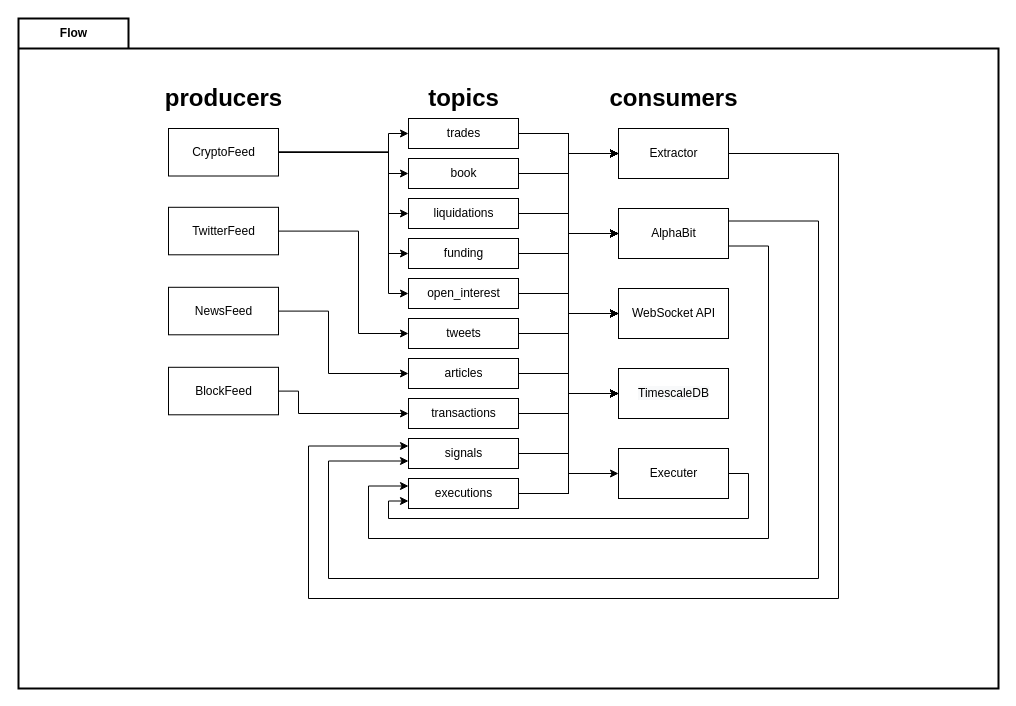
Before: Untitled Diagram.drawio in alphabit1/arbi, a draw.io diagram. Source tidied: cells renumbered, new cells numbered last; positions are measured from the earlier drawing's top-left corner, leaving out a move shared by most shapes. Both pictures are drawn from the tidied source at 100%, with x=0, y=0 at pixel (18, 18).
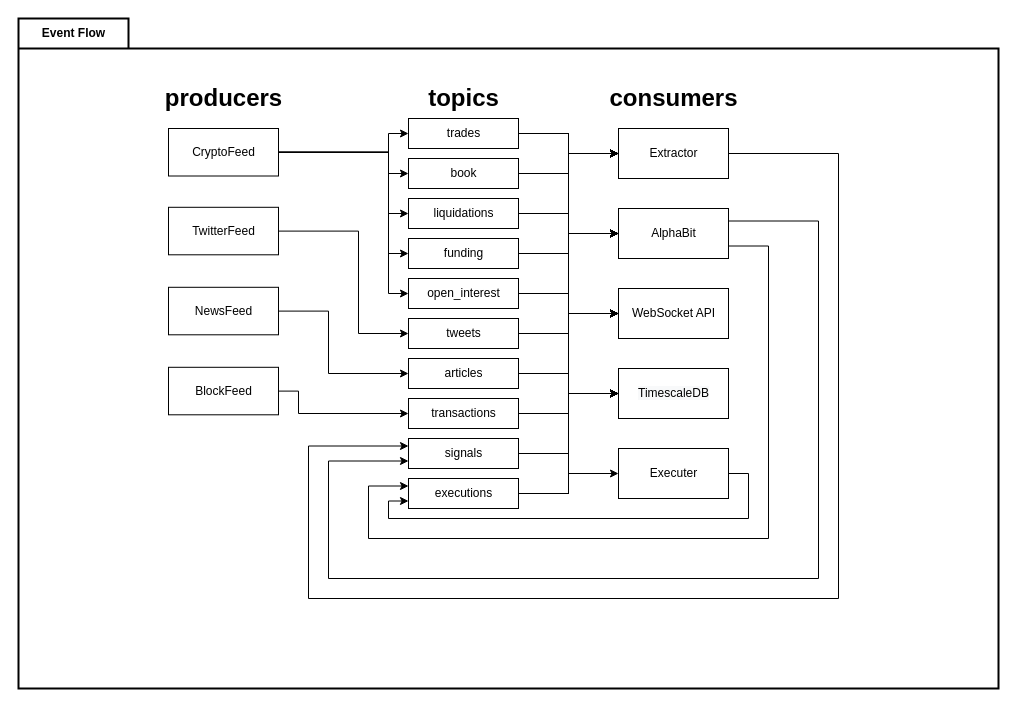
Above is the later version.

The edit, as a diff of the source:
```diff
@@
-    <mxCell id="2" value="Flow" style="shape=folder;fontStyle=1;tabWidth=110;tabHeight=30;tabPosition=left;html=1;boundedLbl=1;labelInHeader=1;rounded=0;strokeColor=#000000;strokeWidth=2;fillColor=#FFFFFF;gradientColor=none;" parent="1" vertex="1">
+    <mxCell id="2" value="Event Flow" style="shape=folder;fontStyle=1;tabWidth=110;tabHeight=30;tabPosition=left;html=1;boundedLbl=1;labelInHeader=1;rounded=0;strokeColor=#000000;strokeWidth=2;fillColor=#FFFFFF;gradientColor=none;" parent="1" vertex="1">
       <mxGeometry width="980" height="670" as="geometry" />
     </mxCell>
```
